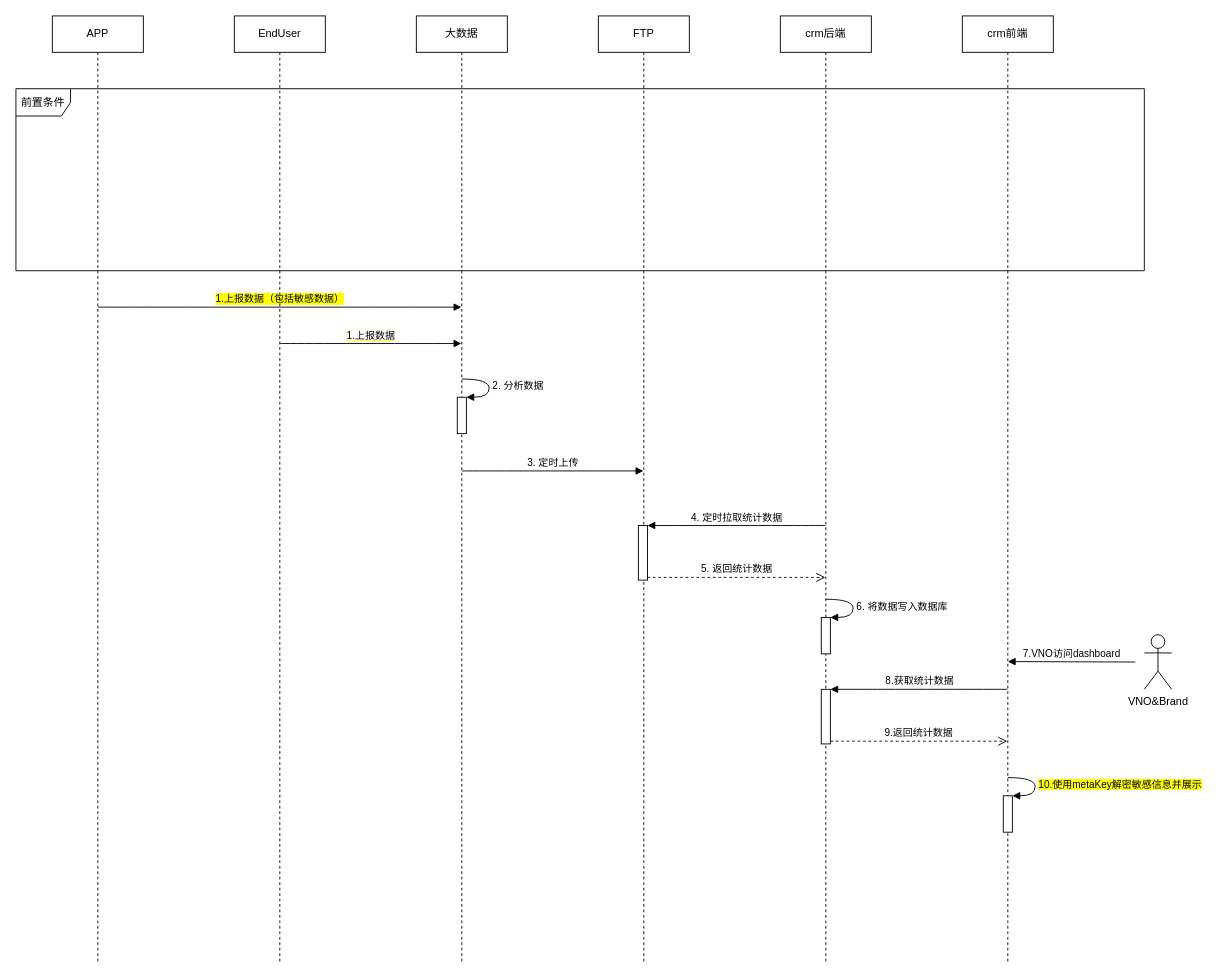
Before: page "4. crm dashboard" (5 of 5) of 未命名绘图.drawio in beixiaohai/zerotrust, a draw.io diagram. Source tidied: cells renumbered, new cells numbered last; positions are measured from the earlier drawing's top-left corner, leaving out a move shared by most shapes. Both pictures are drawn from the tidied source at 91%, with x=0, y=0 at pixel (15, 15).
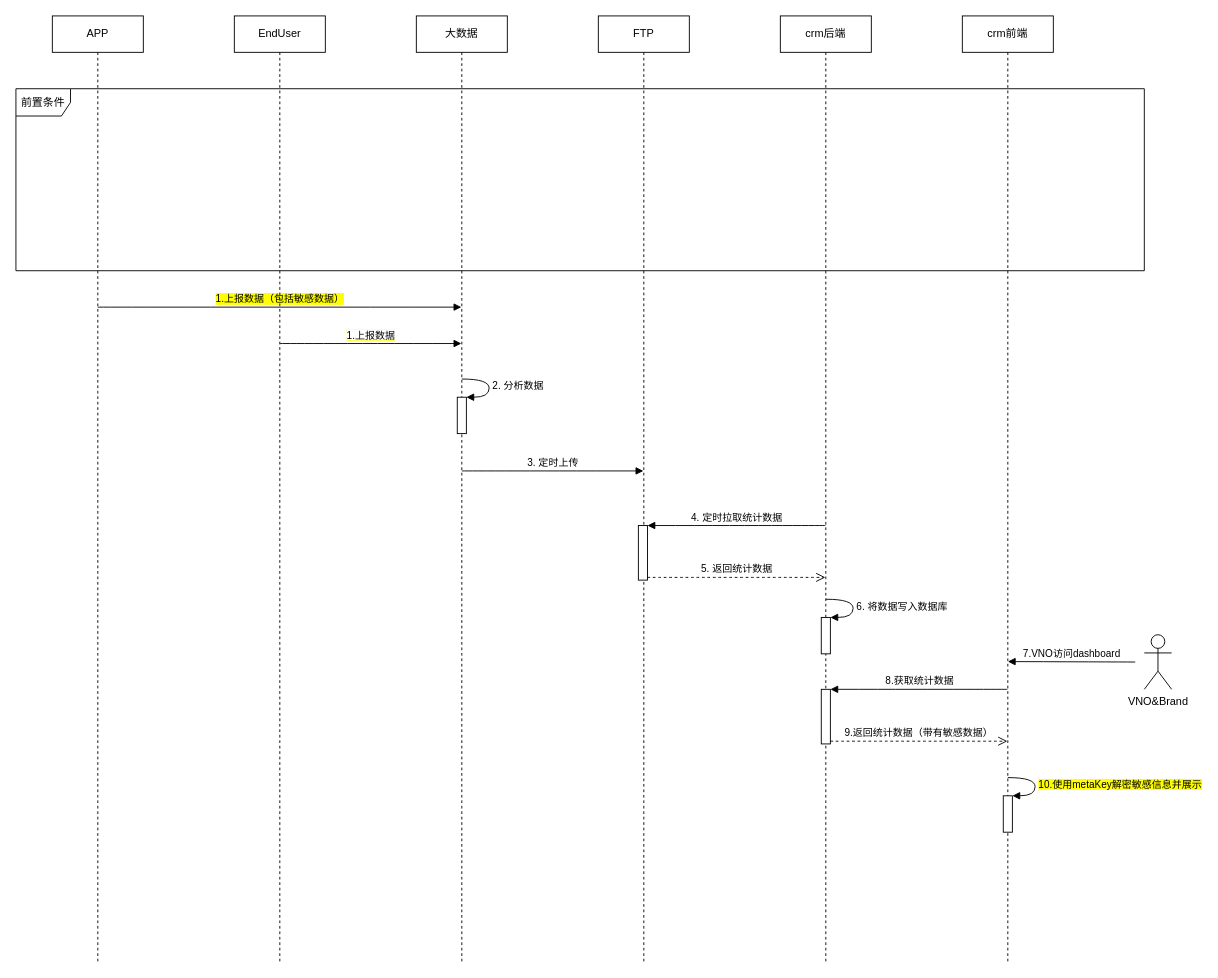
Above is the later version.

Commit message:
更新未命名绘图.drawio

Unchanged cells that the change refers to:
```xml
<mxCell id="13" style="html=1;points=[];perimeter=orthogonalPerimeter;" parent="10" vertex="1">
  <mxGeometry x="45" y="740" width="10" height="60" as="geometry" />
</mxCell>
<mxCell id="19" value="crm前端" style="shape=umlLifeline;perimeter=lifelinePerimeter;whiteSpace=wrap;html=1;outlineConnect=0;" parent="1" vertex="1">
  <mxGeometry x="1040" width="100" height="1040" as="geometry" />
</mxCell>
```

What changed in the source:
```diff
@@
-    <mxCell id="23" value="9.返回统计数据" style="html=1;verticalAlign=bottom;endArrow=open;dashed=1;endSize=8;exitX=1;exitY=0.95;labelBackgroundColor=#FFFFFF;curved=1;" parent="1" edge="1" source="13" target="19">
+    <mxCell id="23" value="9.返回统计数据（带有敏感数据）" style="html=1;verticalAlign=bottom;endArrow=open;dashed=1;endSize=8;exitX=1;exitY=0.95;labelBackgroundColor=#FFFFFF;curved=1;" parent="1" edge="1" source="13" target="19">
       <mxGeometry relative="1" as="geometry" />
     </mxCell>
```
